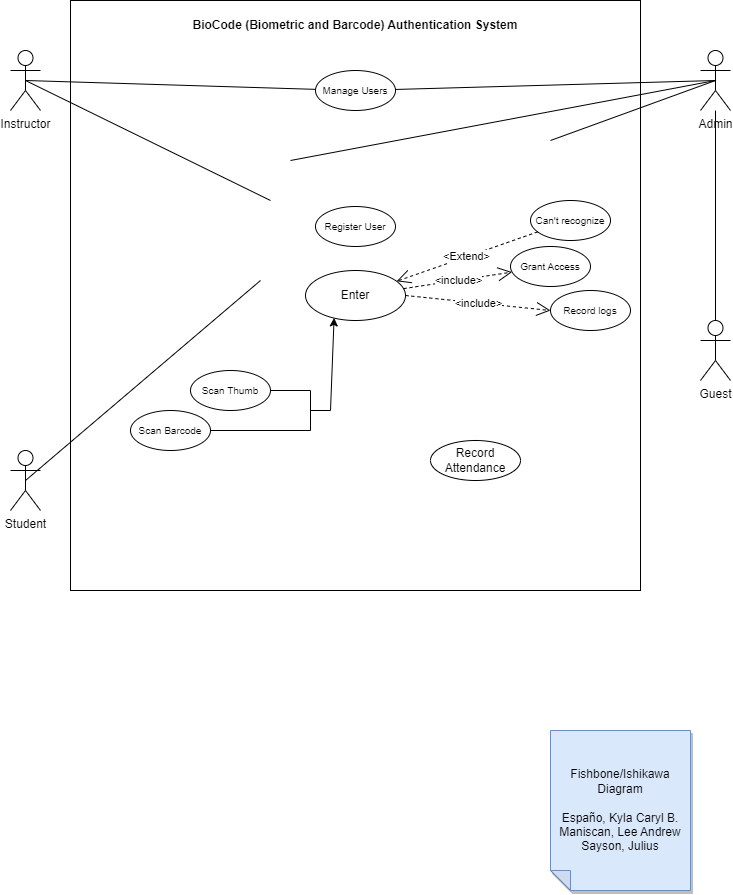
Before: UseCaseDiagram.drawio.png, a diagram exported from draw.io (kaisunoo/Acads). Source tidied: cells renumbered, new cells last; positions are measured from the earlier drawing's top-left corner, leaving out a move shared by most shapes.
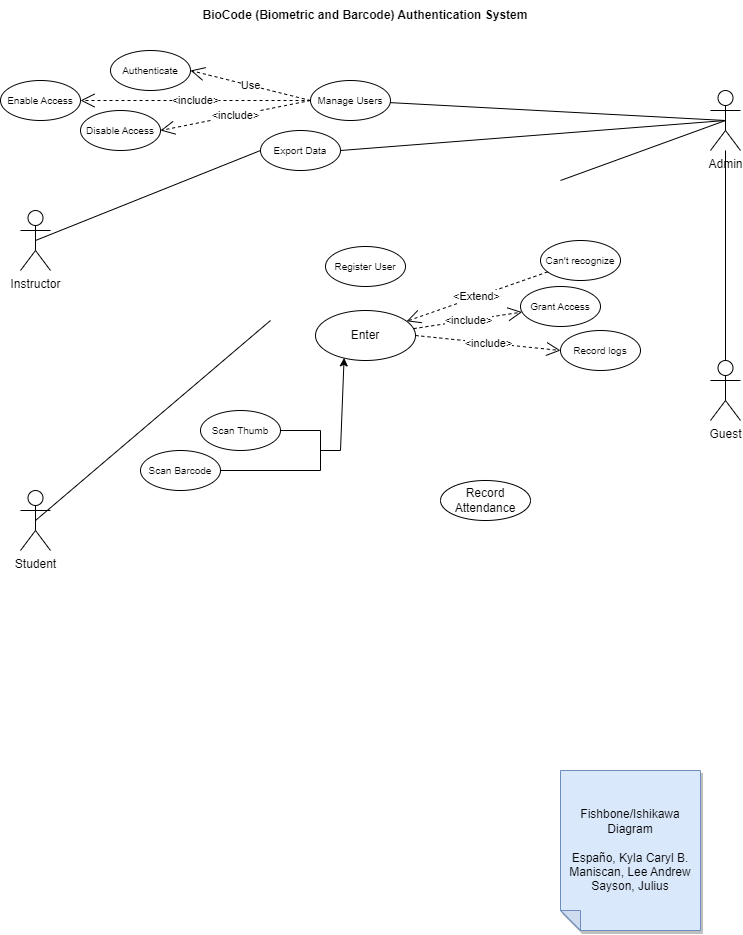
The same file after the commit.

Change to the diagram source:
```diff
@@ -2,9 +2,6 @@
   <root>
     <mxCell id="0" />
     <mxCell id="1" parent="0" />
-    <mxCell id="2" style="rounded=0;whiteSpace=wrap;html=1;" parent="1" vertex="1">
-      <mxGeometry x="60" width="570" height="590" as="geometry" />
-    </mxCell>
     <mxCell id="3" value="Student" style="shape=umlActor;verticalLabelPosition=bottom;verticalAlign=top;html=1;outlineConnect=0;" parent="1" vertex="1">
       <mxGeometry y="450" width="30" height="60" as="geometry" />
     </mxCell>
@@ -12,7 +9,7 @@
       <mxGeometry x="690" y="50" width="30" height="60" as="geometry" />
     </mxCell>
     <mxCell id="5" value="Instructor&lt;br&gt;" style="shape=umlActor;verticalLabelPosition=bottom;verticalAlign=top;html=1;outlineConnect=0;" parent="1" vertex="1">
-      <mxGeometry y="50" width="30" height="60" as="geometry" />
+      <mxGeometry y="170" width="30" height="60" as="geometry" />
     </mxCell>
     <mxCell id="6" value="Guest" style="shape=umlActor;verticalLabelPosition=bottom;verticalAlign=top;html=1;outlineConnect=0;" parent="1" vertex="1">
       <mxGeometry x="690" y="320" width="30" height="60" as="geometry" />
@@ -55,10 +52,8 @@
         <mxPoint x="540" y="140" as="sourcePoint" />
       </mxGeometry>
     </mxCell>
-    <mxCell id="15" style="endArrow=none;html=1;rounded=0;exitX=0.5;exitY=0.5;exitDx=0;exitDy=0;exitPerimeter=0;" parent="1" edge="1" source="5">
-      <mxGeometry relative="1" as="geometry">
-        <mxPoint x="260" y="200" as="targetPoint" />
-      </mxGeometry>
+    <mxCell id="15" style="endArrow=none;html=1;rounded=0;exitX=0.5;exitY=0.5;exitDx=0;exitDy=0;exitPerimeter=0;entryX=0;entryY=0.5;entryDx=0;entryDy=0;" parent="1" edge="1" source="5" target="38">
+      <mxGeometry relative="1" as="geometry" />
     </mxCell>
     <mxCell id="16" style="endArrow=none;html=1;rounded=0;entryX=0.5;entryY=0.5;entryDx=0;entryDy=0;entryPerimeter=0;" parent="1" edge="1" target="3">
       <mxGeometry relative="1" as="geometry">
@@ -71,10 +66,8 @@
     <mxCell id="18" value="Record logs" style="ellipse;whiteSpace=wrap;html=1;fontSize=10;" parent="1" vertex="1">
       <mxGeometry x="540" y="290" width="80" height="40" as="geometry" />
     </mxCell>
-    <mxCell id="19" style="endArrow=none;html=1;rounded=0;exitX=0.5;exitY=0.5;exitDx=0;exitDy=0;exitPerimeter=0;" parent="1" edge="1" source="4">
-      <mxGeometry relative="1" as="geometry">
-        <mxPoint x="280" y="160" as="targetPoint" />
-      </mxGeometry>
+    <mxCell id="19" style="endArrow=none;html=1;rounded=0;exitX=0.5;exitY=0.5;exitDx=0;exitDy=0;exitPerimeter=0;entryX=1;entryY=0.5;entryDx=0;entryDy=0;" parent="1" edge="1" source="4" target="38">
+      <mxGeometry relative="1" as="geometry" />
     </mxCell>
     <mxCell id="20" value="&lt;font style=&quot;font-size: 10px;&quot;&gt;Can't recognize&lt;/font&gt;" style="ellipse;whiteSpace=wrap;html=1;" parent="1" vertex="1">
       <mxGeometry x="520" y="200" width="80" height="40" as="geometry" />
@@ -83,11 +76,8 @@
       <mxGeometry relative="1" as="geometry" />
     </mxCell>
     <mxCell id="22" value="&lt;font style=&quot;font-size: 10px;&quot;&gt;Manage Users&lt;/font&gt;" style="ellipse;whiteSpace=wrap;html=1;" parent="1" vertex="1">
-      <mxGeometry x="305" y="70" width="80" height="40" as="geometry" />
+      <mxGeometry x="290" y="40" width="80" height="40" as="geometry" />
     </mxCell>
-    <mxCell id="23" style="endArrow=none;html=1;rounded=0;exitX=0.5;exitY=0.5;exitDx=0;exitDy=0;exitPerimeter=0;" parent="1" edge="1" source="5" target="22">
-      <mxGeometry relative="1" as="geometry" />
-    </mxCell>
     <mxCell id="24" value="&lt;font style=&quot;font-size: 10px;&quot;&gt;Register User&lt;/font&gt;" style="ellipse;whiteSpace=wrap;html=1;" parent="1" vertex="1">
       <mxGeometry x="305" y="206" width="80" height="40" as="geometry" />
     </mxCell>
@@ -110,7 +100,28 @@
       <mxGeometry relative="1" as="geometry" />
     </mxCell>
     <mxCell id="31" value="&lt;b&gt;BioCode (Biometric and Barcode) Authentication System&lt;/b&gt;" style="text;strokeColor=none;align=center;fillColor=none;html=1;verticalAlign=middle;whiteSpace=wrap;rounded=0;" parent="1" vertex="1">
-      <mxGeometry x="180" y="10" width="330" height="30" as="geometry" />
+      <mxGeometry x="180" y="-40" width="330" height="30" as="geometry" />
     </mxCell>
+    <mxCell id="32" value="&lt;font style=&quot;font-size: 10px;&quot;&gt;Enable Access&lt;/font&gt;" style="ellipse;whiteSpace=wrap;html=1;" parent="1" vertex="1">
+      <mxGeometry x="-20" y="40" width="80" height="40" as="geometry" />
+    </mxCell>
+    <mxCell id="33" value="&lt;font style=&quot;font-size: 10px;&quot;&gt;Disable Access&lt;/font&gt;" style="ellipse;whiteSpace=wrap;html=1;" parent="1" vertex="1">
+      <mxGeometry x="60" y="70" width="80" height="40" as="geometry" />
+    </mxCell>
+    <mxCell id="34" value="&amp;lt;include&amp;gt;" style="endArrow=open;endSize=12;dashed=1;html=1;rounded=0;exitX=0;exitY=0.5;exitDx=0;exitDy=0;entryX=1;entryY=0.5;entryDx=0;entryDy=0;" parent="1" edge="1" source="22" target="32">
+      <mxGeometry relative="1" as="geometry" />
+    </mxCell>
+    <mxCell id="35" value="&amp;lt;include&amp;gt;" style="endArrow=open;endSize=12;dashed=1;html=1;rounded=0;exitX=0;exitY=0.5;exitDx=0;exitDy=0;entryX=1;entryY=0.5;entryDx=0;entryDy=0;" parent="1" edge="1" source="22" target="33">
+      <mxGeometry relative="1" as="geometry" />
+    </mxCell>
+    <mxCell id="36" value="&lt;font style=&quot;font-size: 10px;&quot;&gt;Authenticate&lt;/font&gt;" style="ellipse;whiteSpace=wrap;html=1;" parent="1" vertex="1">
+      <mxGeometry x="90" y="10" width="80" height="40" as="geometry" />
+    </mxCell>
+    <mxCell id="37" value="Use" style="endArrow=open;endSize=12;dashed=1;html=1;rounded=0;exitX=0;exitY=0.5;exitDx=0;exitDy=0;entryX=1;entryY=0.5;entryDx=0;entryDy=0;" parent="1" edge="1" source="22" target="36">
+      <mxGeometry relative="1" as="geometry" />
+    </mxCell>
+    <mxCell id="38" value="&lt;font style=&quot;font-size: 10px;&quot;&gt;Export Data&lt;/font&gt;" style="ellipse;whiteSpace=wrap;html=1;" parent="1" vertex="1">
+      <mxGeometry x="240" y="90" width="80" height="40" as="geometry" />
+    </mxCell>
   </root>
 </mxGraphModel>
```
